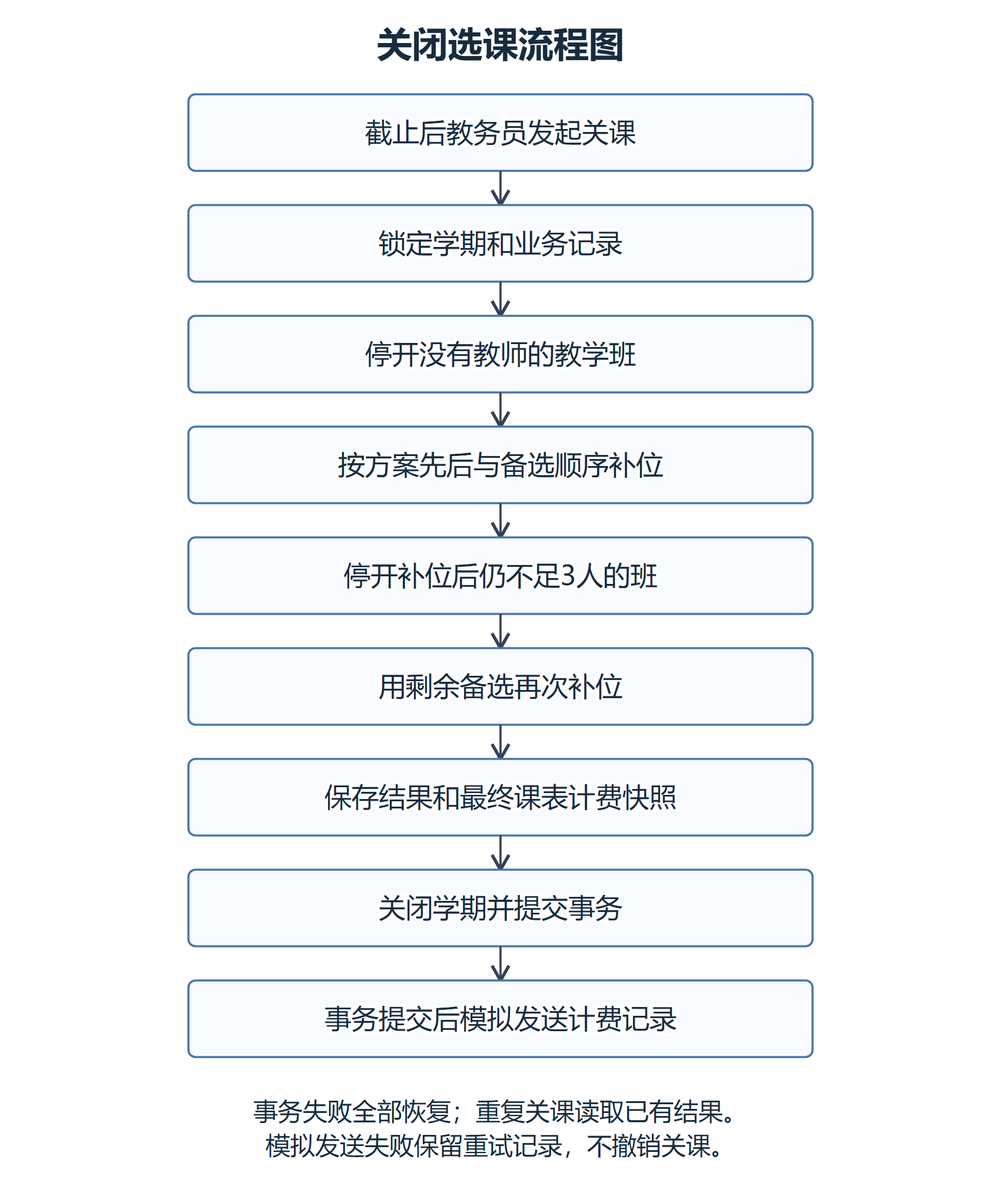
Before: 课程注册系统需求分析文档_media/关闭选课流程图.png, a diagram exported from Mermaid (jwe148/-). Its source is kept beside it as 课程注册系统需求分析文档_media/关闭选课流程图.mmd.
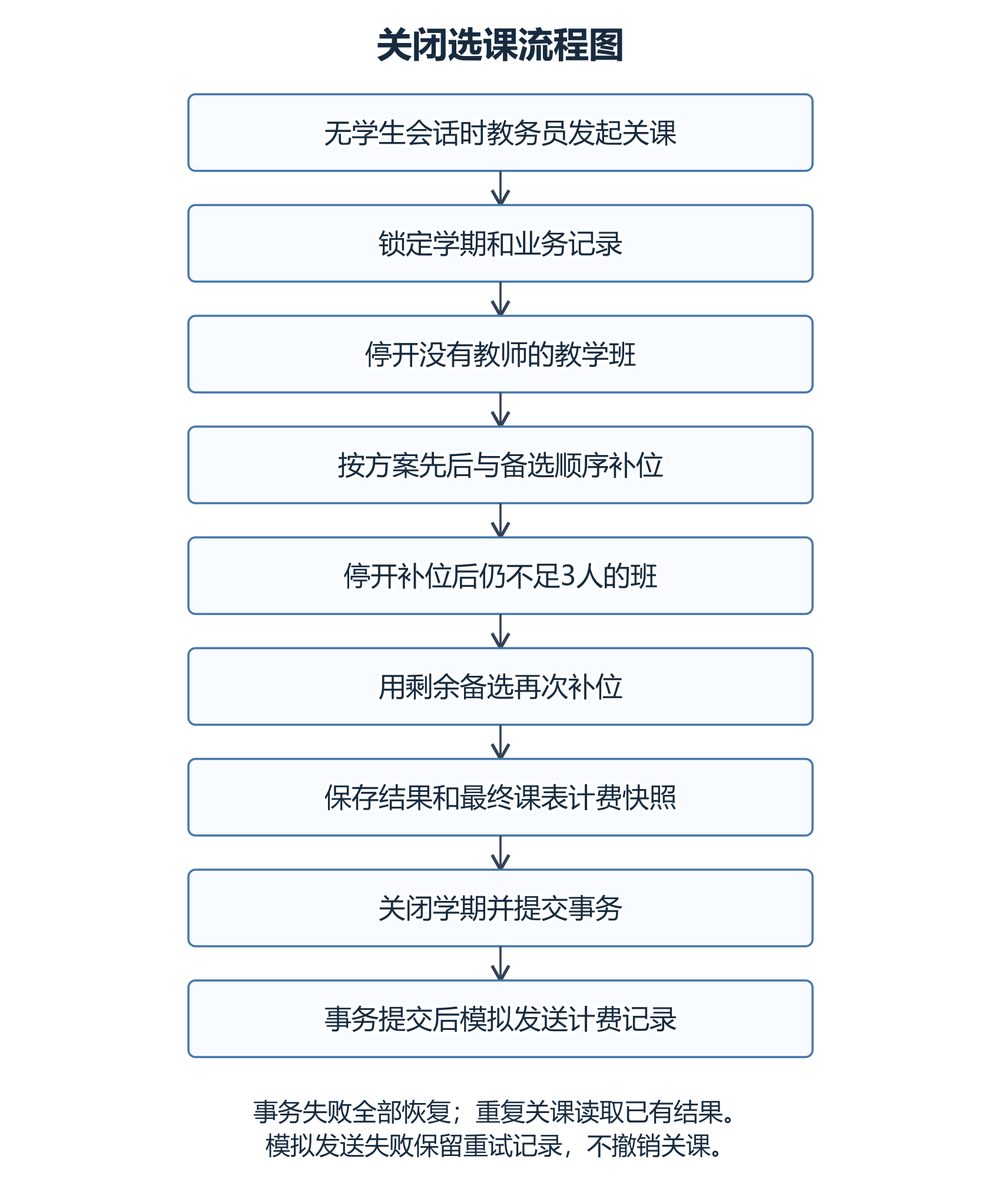
After the commit.

Diff of the diagram source:
```diff
@@ -1,5 +1,5 @@
 flowchart TD
-    A[截止后教务发起关课] --> B[锁定学期和业务记录]
+    A[无学生会话时教务发起关课] --> B[锁定学期和业务记录]
     B --> C[停开无教师班]
     C --> D[按备选顺序补位]
     D --> E[停开仍不足3人的班]
```
